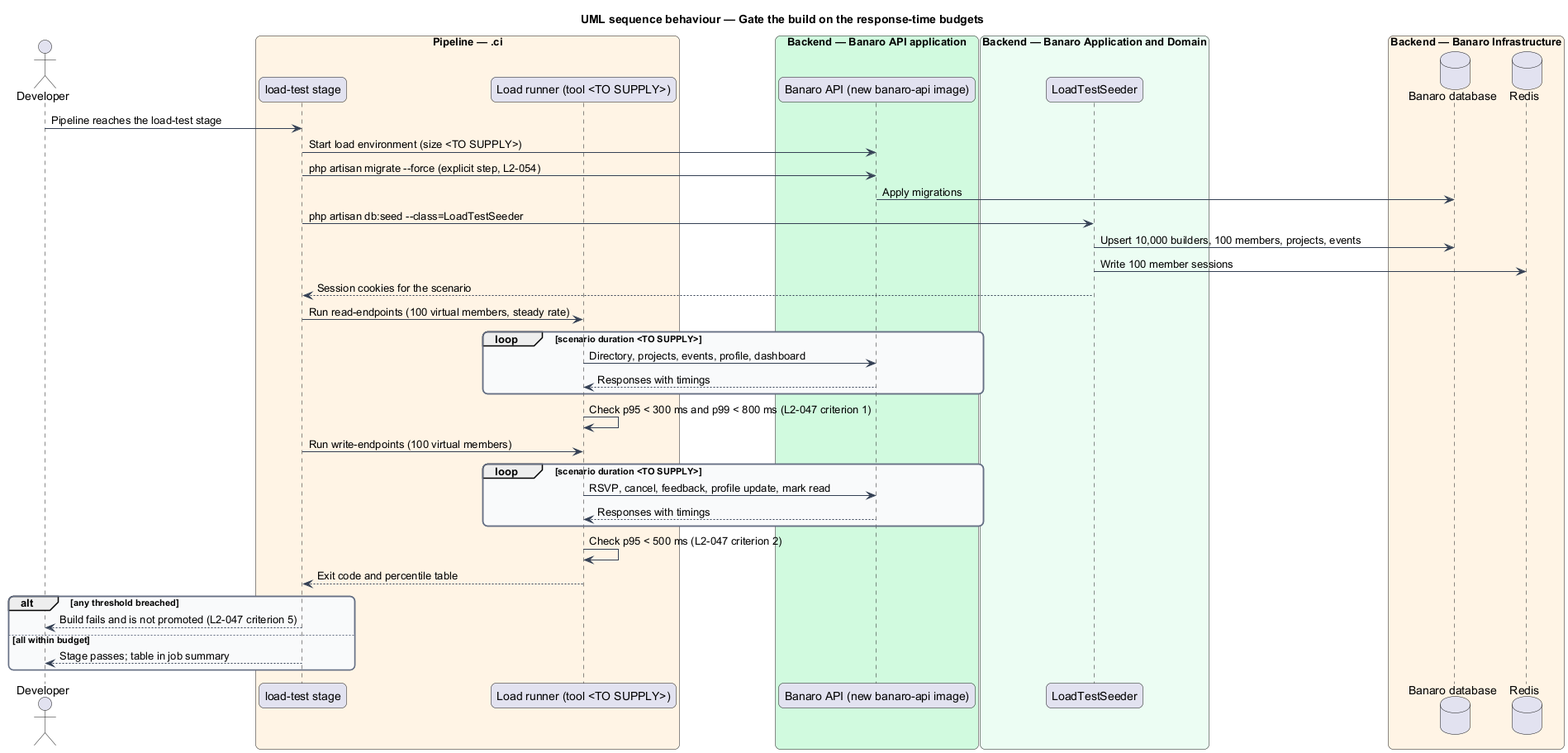
QuinntyneBrown/banaro keeps this PlantUML diagram as docs/detailed-designs/performance/meet-response-time-budgets/diagrams/sequence-load-test-gate.png. Above is the earlier version. Its diagram source:
```plantuml
@startuml
title UML sequence behaviour — Gate the build on the response-time budgets
skinparam backgroundColor #FFFFFF
skinparam shadowing false
skinparam roundcorner 12
skinparam defaultFontName Arial
skinparam ArrowColor #344054
skinparam rectangle {
  BorderColor #344054
  FontColor #101828
}
skinparam package {
  BorderColor #667085
  FontColor #101828
  BackgroundColor #F9FAFB
}
actor "Developer" as actor
box "Pipeline — .ci" #FFF4E5
  participant "load-test stage" as stage
  participant "Load runner (tool <TO SUPPLY>)" as runner
end box
box "Backend — Banaro API application" #D1FADF
  participant "Banaro API (new banaro-api image)" as api
end box
box "Backend — Banaro Application and Domain" #ECFDF3
  participant "LoadTestSeeder" as seeder
end box
box "Backend — Banaro Infrastructure" #FFF4E5
  database "Banaro database" as db
  database "Redis" as redis
end box

actor -> stage : Pipeline reaches the load-test stage
stage -> api : Start load environment (size <TO SUPPLY>)
stage -> api : php artisan migrate --force (explicit step, L2-054)
api -> db : Apply migrations
stage -> seeder : php artisan db:seed --class=LoadTestSeeder
seeder -> db : Upsert 10,000 builders, 100 members, projects, events
seeder -> redis : Write 100 member sessions
seeder --> stage : Session cookies for the scenario
stage -> runner : Run read-endpoints (100 virtual members, steady rate)
loop scenario duration <TO SUPPLY>
  runner -> api : Directory, projects, events, profile, dashboard
  api --> runner : Responses with timings
end
runner -> runner : Check p95 < 300 ms and p99 < 800 ms (L2-047 criterion 1)
stage -> runner : Run write-endpoints (100 virtual members)
loop scenario duration <TO SUPPLY>
  runner -> api : RSVP, cancel, feedback, profile update, mark read
  api --> runner : Responses with timings
end
runner -> runner : Check p95 < 500 ms (L2-047 criterion 2)
runner --> stage : Exit code and percentile table
alt any threshold breached
  stage --> actor : Build fails and is not promoted (L2-047 criterion 5)
else all within budget
  stage --> actor : Stage passes; table in job summary
end
@enduml
```
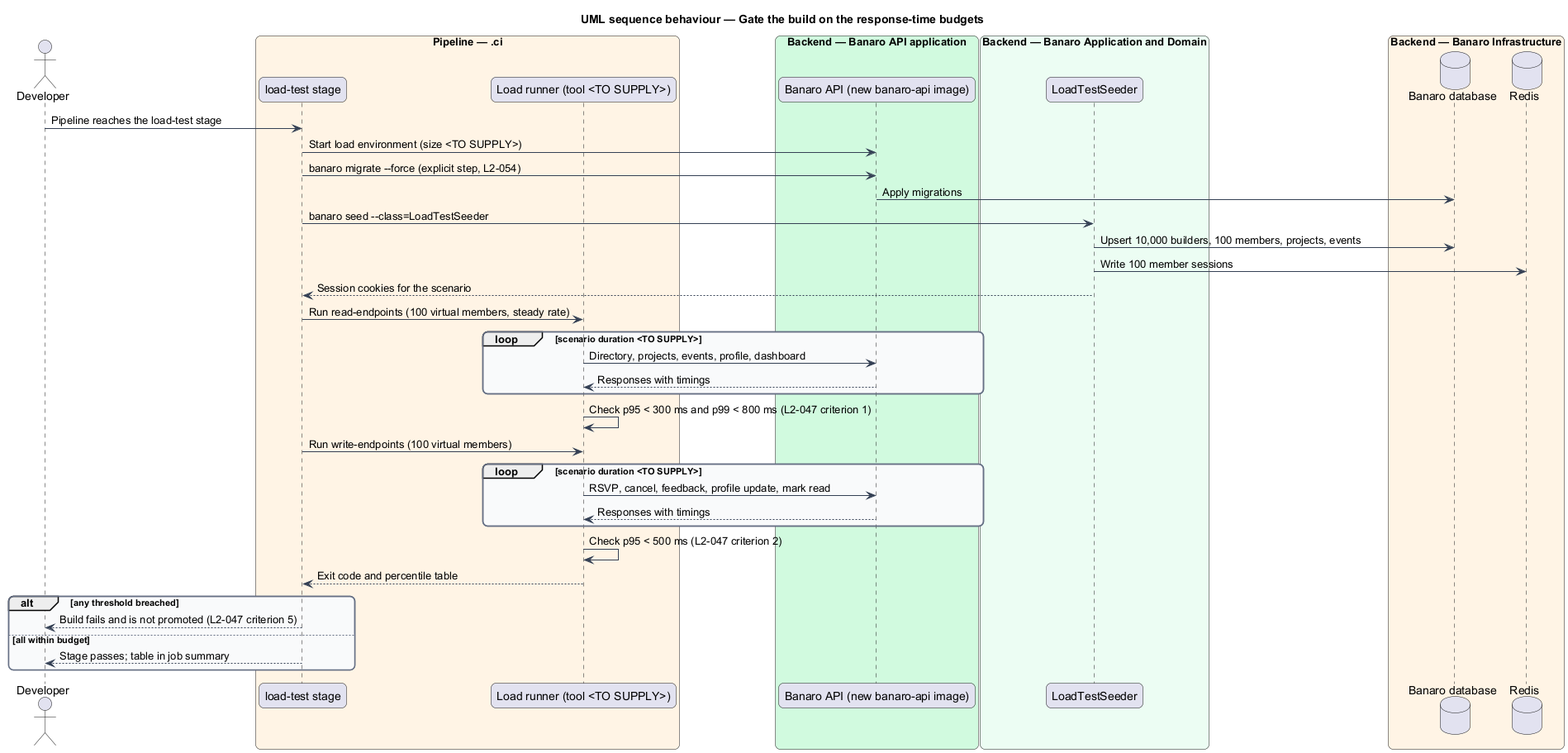
The same diagram one commit later.

Change to the diagram source:
```diff
@@ -32,9 +32,9 @@
 
 actor -> stage : Pipeline reaches the load-test stage
 stage -> api : Start load environment (size <TO SUPPLY>)
-stage -> api : php artisan migrate --force (explicit step, L2-054)
+stage -> api : banaro migrate --force (explicit step, L2-054)
 api -> db : Apply migrations
-stage -> seeder : php artisan db:seed --class=LoadTestSeeder
+stage -> seeder : banaro seed --class=LoadTestSeeder
 seeder -> db : Upsert 10,000 builders, 100 members, projects, events
 seeder -> redis : Write 100 member sessions
 seeder --> stage : Session cookies for the scenario
```
